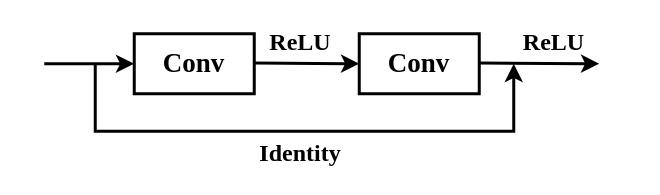
Before: page "Page-2" (2 of 2) of jiantou.drawio in hcxisme/pyeeg, a draw.io diagram. Source tidied: cells renumbered, new cells numbered last; positions are measured from the earlier drawing's top-left corner, leaving out a move shared by most shapes. Both pictures are drawn from the tidied source at 150%, with x=0, y=0 at pixel (44, 26).
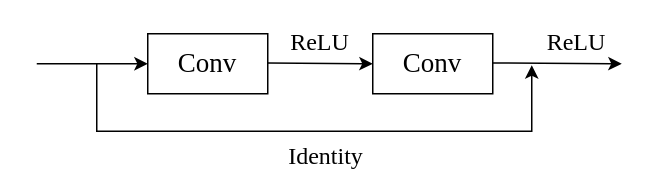
Above is the later version.

What changed in the source:
```diff
@@
 <mxGraphModel>
   <root>
     <mxCell id="0" />
     <mxCell id="1" parent="0" />
-    <mxCell id="2" value="&lt;font size=&quot;1&quot; style=&quot;&quot; face=&quot;Times New Roman&quot;&gt;&lt;b style=&quot;font-size: 18px;&quot;&gt;Conv&lt;/b&gt;&lt;/font&gt;" style="rounded=0;whiteSpace=wrap;html=1;strokeWidth=2;fillColor=none;" parent="1" vertex="1">
-      <mxGeometry x="60" y="5" width="80" height="40" as="geometry" />
+    <mxCell id="2" value="&lt;font size=&quot;1&quot; style=&quot;&quot; face=&quot;Times New Roman&quot;&gt;&lt;span style=&quot;font-size: 18px;&quot;&gt;Conv&lt;/span&gt;&lt;/font&gt;" style="rounded=0;whiteSpace=wrap;html=1;strokeWidth=1;fillColor=none;" parent="1" vertex="1">
+      <mxGeometry x="69" y="5" width="80" height="40" as="geometry" />
     </mxCell>
-    <mxCell id="3" value="&lt;font size=&quot;1&quot; style=&quot;&quot; face=&quot;Times New Roman&quot;&gt;&lt;b style=&quot;font-size: 16px;&quot;&gt;ReLU&lt;/b&gt;&lt;/font&gt;" style="text;html=1;strokeColor=none;fillColor=none;align=center;verticalAlign=middle;whiteSpace=wrap;rounded=0;fontColor=default;" parent="1" vertex="1">
-      <mxGeometry x="130" width="82" height="20" as="geometry" />
+    <mxCell id="3" value="&lt;font size=&quot;1&quot; style=&quot;&quot; face=&quot;Times New Roman&quot;&gt;&lt;span style=&quot;font-size: 16px;&quot;&gt;ReLU&lt;/span&gt;&lt;/font&gt;" style="text;html=1;strokeColor=none;fillColor=none;align=center;verticalAlign=middle;whiteSpace=wrap;rounded=0;fontColor=default;" parent="1" vertex="1">
+      <mxGeometry x="143" width="82" height="20" as="geometry" />
     </mxCell>
-    <mxCell id="4" value="&lt;font size=&quot;1&quot; style=&quot;&quot; face=&quot;Times New Roman&quot;&gt;&lt;b style=&quot;font-size: 16px;&quot;&gt;ReLU&lt;/b&gt;&lt;/font&gt;" style="text;html=1;strokeColor=none;fillColor=none;align=center;verticalAlign=middle;whiteSpace=wrap;rounded=0;" parent="1" vertex="1">
-      <mxGeometry x="320" width="40" height="20" as="geometry" />
+    <mxCell id="4" value="&lt;font size=&quot;1&quot; style=&quot;&quot; face=&quot;Times New Roman&quot;&gt;&lt;span style=&quot;font-size: 16px;&quot;&gt;ReLU&lt;/span&gt;&lt;/font&gt;" style="text;html=1;strokeColor=none;fillColor=none;align=center;verticalAlign=middle;whiteSpace=wrap;rounded=0;" parent="1" vertex="1">
+      <mxGeometry x="335" width="40" height="20" as="geometry" />
     </mxCell>
-    <mxCell id="5" value="&lt;font size=&quot;1&quot; face=&quot;Times New Roman&quot;&gt;&lt;b style=&quot;font-size: 16px;&quot;&gt;Identity&lt;/b&gt;&lt;/font&gt;" style="text;html=1;strokeColor=none;fillColor=none;align=center;verticalAlign=middle;whiteSpace=wrap;rounded=0;fontColor=default;rotation=0;" parent="1" vertex="1">
-      <mxGeometry x="130" y="74" width="82" height="20" as="geometry" />
+    <mxCell id="5" value="&lt;font size=&quot;1&quot; face=&quot;Times New Roman&quot;&gt;&lt;span style=&quot;font-size: 16px;&quot;&gt;Identity&lt;/span&gt;&lt;/font&gt;" style="text;html=1;strokeColor=none;fillColor=none;align=center;verticalAlign=middle;whiteSpace=wrap;rounded=0;fontColor=default;rotation=0;" parent="1" vertex="1">
+      <mxGeometry x="147" y="76" width="82" height="20" as="geometry" />
     </mxCell>
-    <mxCell id="6" style="endArrow=classic;html=1;rounded=0;strokeWidth=2;" parent="1" edge="1">
+    <mxCell id="6" style="endArrow=classic;html=1;rounded=0;strokeWidth=1;" parent="1" edge="1">
       <mxGeometry relative="1" as="geometry">
-        <mxPoint y="25" as="sourcePoint" />
-        <mxPoint x="60" y="25" as="targetPoint" />
+        <mxPoint x="-5" y="25" as="sourcePoint" />
+        <mxPoint x="69" y="25" as="targetPoint" />
       </mxGeometry>
     </mxCell>
-    <mxCell id="7" value="&lt;font size=&quot;1&quot; style=&quot;&quot; face=&quot;Times New Roman&quot;&gt;&lt;b style=&quot;font-size: 18px;&quot;&gt;Conv&lt;/b&gt;&lt;/font&gt;" style="rounded=0;whiteSpace=wrap;html=1;strokeWidth=2;fillColor=none;" parent="1" vertex="1">
-      <mxGeometry x="210" y="5" width="80" height="40" as="geometry" />
+    <mxCell id="7" value="&lt;font size=&quot;1&quot; style=&quot;&quot; face=&quot;Times New Roman&quot;&gt;&lt;span style=&quot;font-size: 18px;&quot;&gt;Conv&lt;/span&gt;&lt;/font&gt;" style="rounded=0;whiteSpace=wrap;html=1;strokeWidth=1;fillColor=none;" parent="1" vertex="1">
+      <mxGeometry x="219" y="5" width="80" height="40" as="geometry" />
     </mxCell>
-    <mxCell id="8" style="endArrow=classic;html=1;rounded=0;strokeWidth=2;" parent="1" edge="1">
+    <mxCell id="8" style="endArrow=classic;html=1;rounded=0;strokeWidth=1;" parent="1" edge="1">
       <mxGeometry relative="1" as="geometry">
-        <mxPoint x="290" y="24.5" as="sourcePoint" />
-        <mxPoint x="370" y="25" as="targetPoint" />
+        <mxPoint x="299" y="24.5" as="sourcePoint" />
+        <mxPoint x="385" y="25" as="targetPoint" />
       </mxGeometry>
     </mxCell>
-    <mxCell id="9" style="endArrow=classic;html=1;rounded=0;strokeWidth=2;" parent="1" edge="1">
+    <mxCell id="9" style="endArrow=classic;html=1;rounded=0;strokeWidth=1;" parent="1" edge="1">
       <mxGeometry relative="1" as="geometry">
-        <mxPoint x="140" y="24.5" as="sourcePoint" />
-        <mxPoint x="210" y="25" as="targetPoint" />
+        <mxPoint x="149" y="24.5" as="sourcePoint" />
+        <mxPoint x="219" y="25" as="targetPoint" />
       </mxGeometry>
     </mxCell>
-    <mxCell id="10" style="edgeStyle=elbowEdgeStyle;elbow=vertical;endArrow=classic;html=1;rounded=0;fontSize=16;strokeWidth=2;" parent="1" edge="1">
+    <mxCell id="10" style="edgeStyle=elbowEdgeStyle;elbow=vertical;endArrow=classic;html=1;rounded=0;fontSize=16;strokeWidth=1;" parent="1" edge="1">
       <mxGeometry relative="1" as="geometry">
-        <mxPoint x="34" y="25" as="sourcePoint" />
-        <mxPoint x="313" y="25" as="targetPoint" />
+        <mxPoint x="35" y="25" as="sourcePoint" />
+        <mxPoint x="325" y="26" as="targetPoint" />
         <Array as="points">
-          <mxPoint x="173" y="70" />
+          <mxPoint x="179" y="70" />
         </Array>
       </mxGeometry>
     </mxCell>
   </root>
 </mxGraphModel>
```
